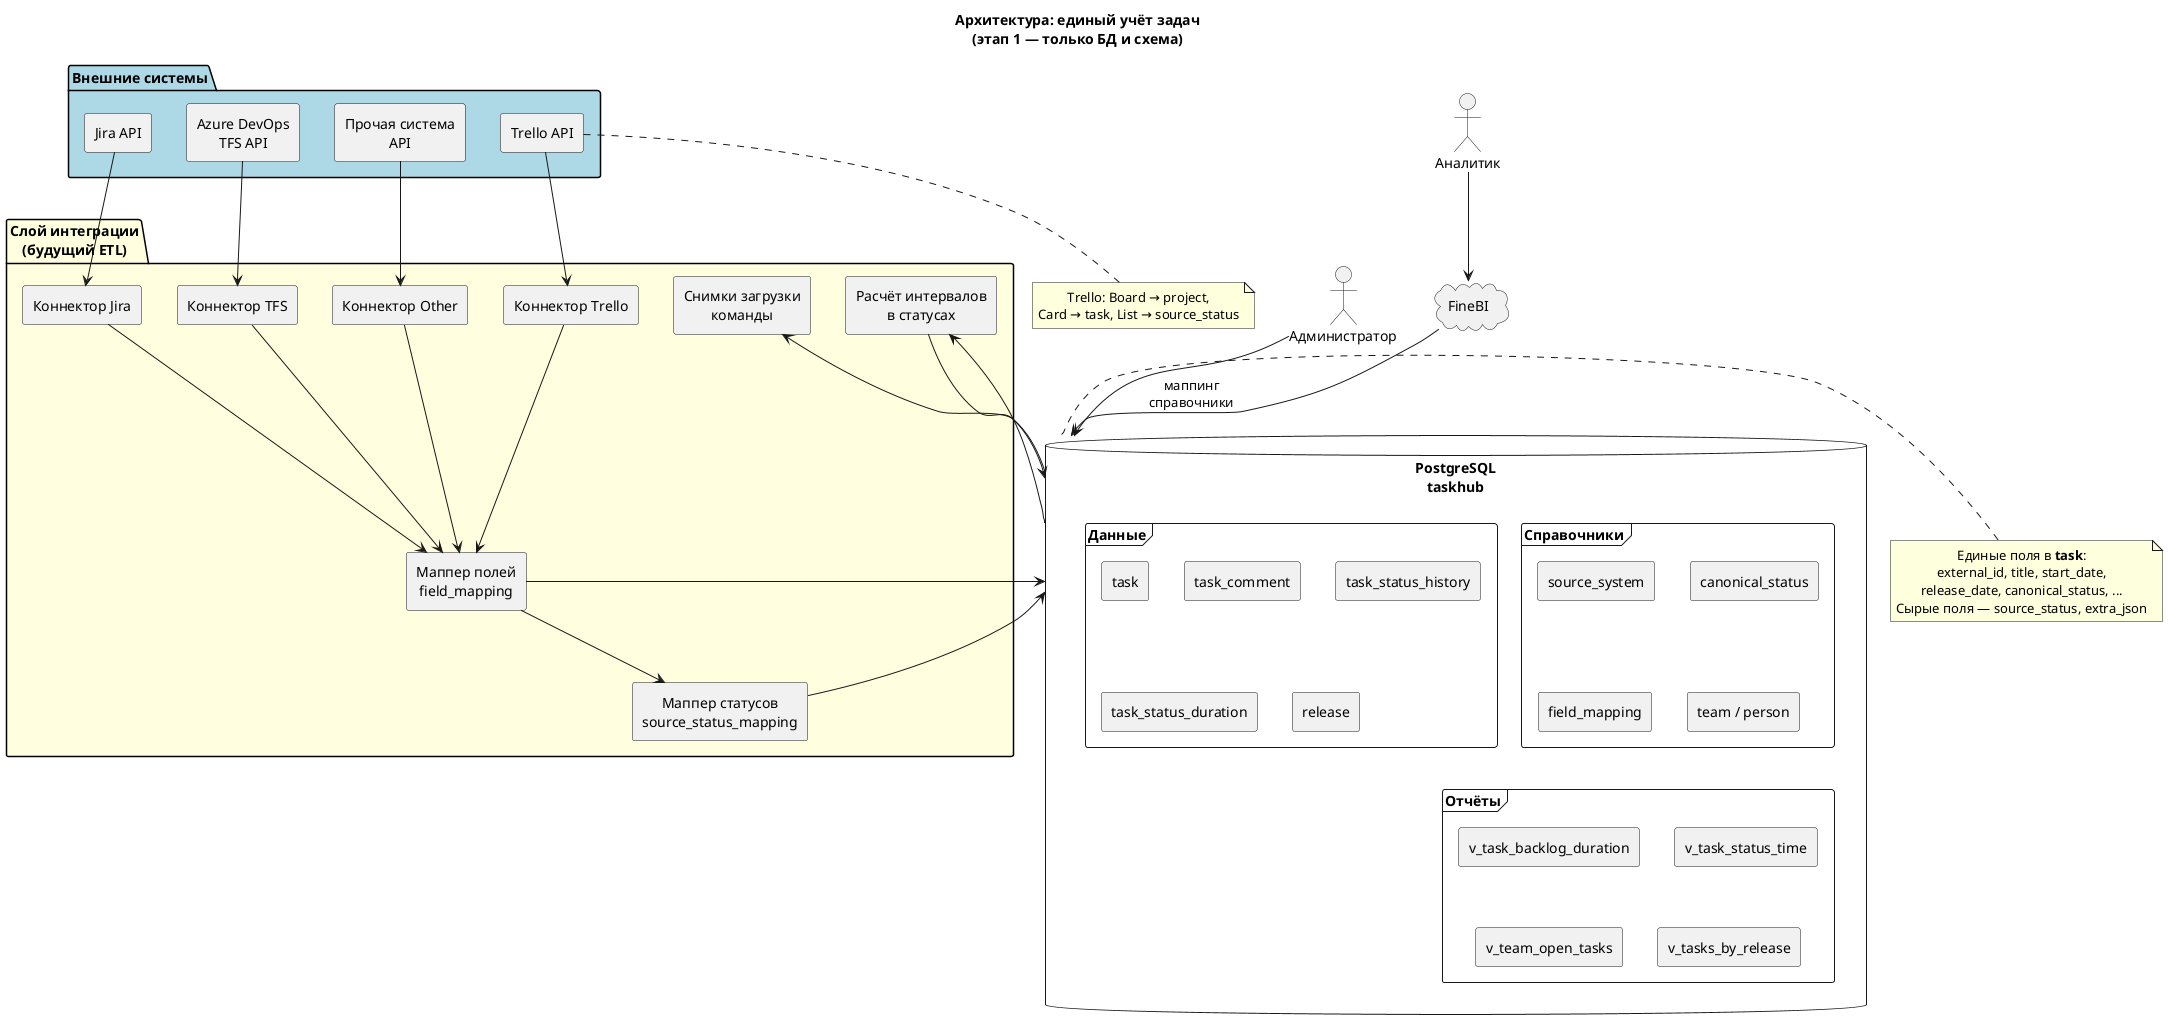
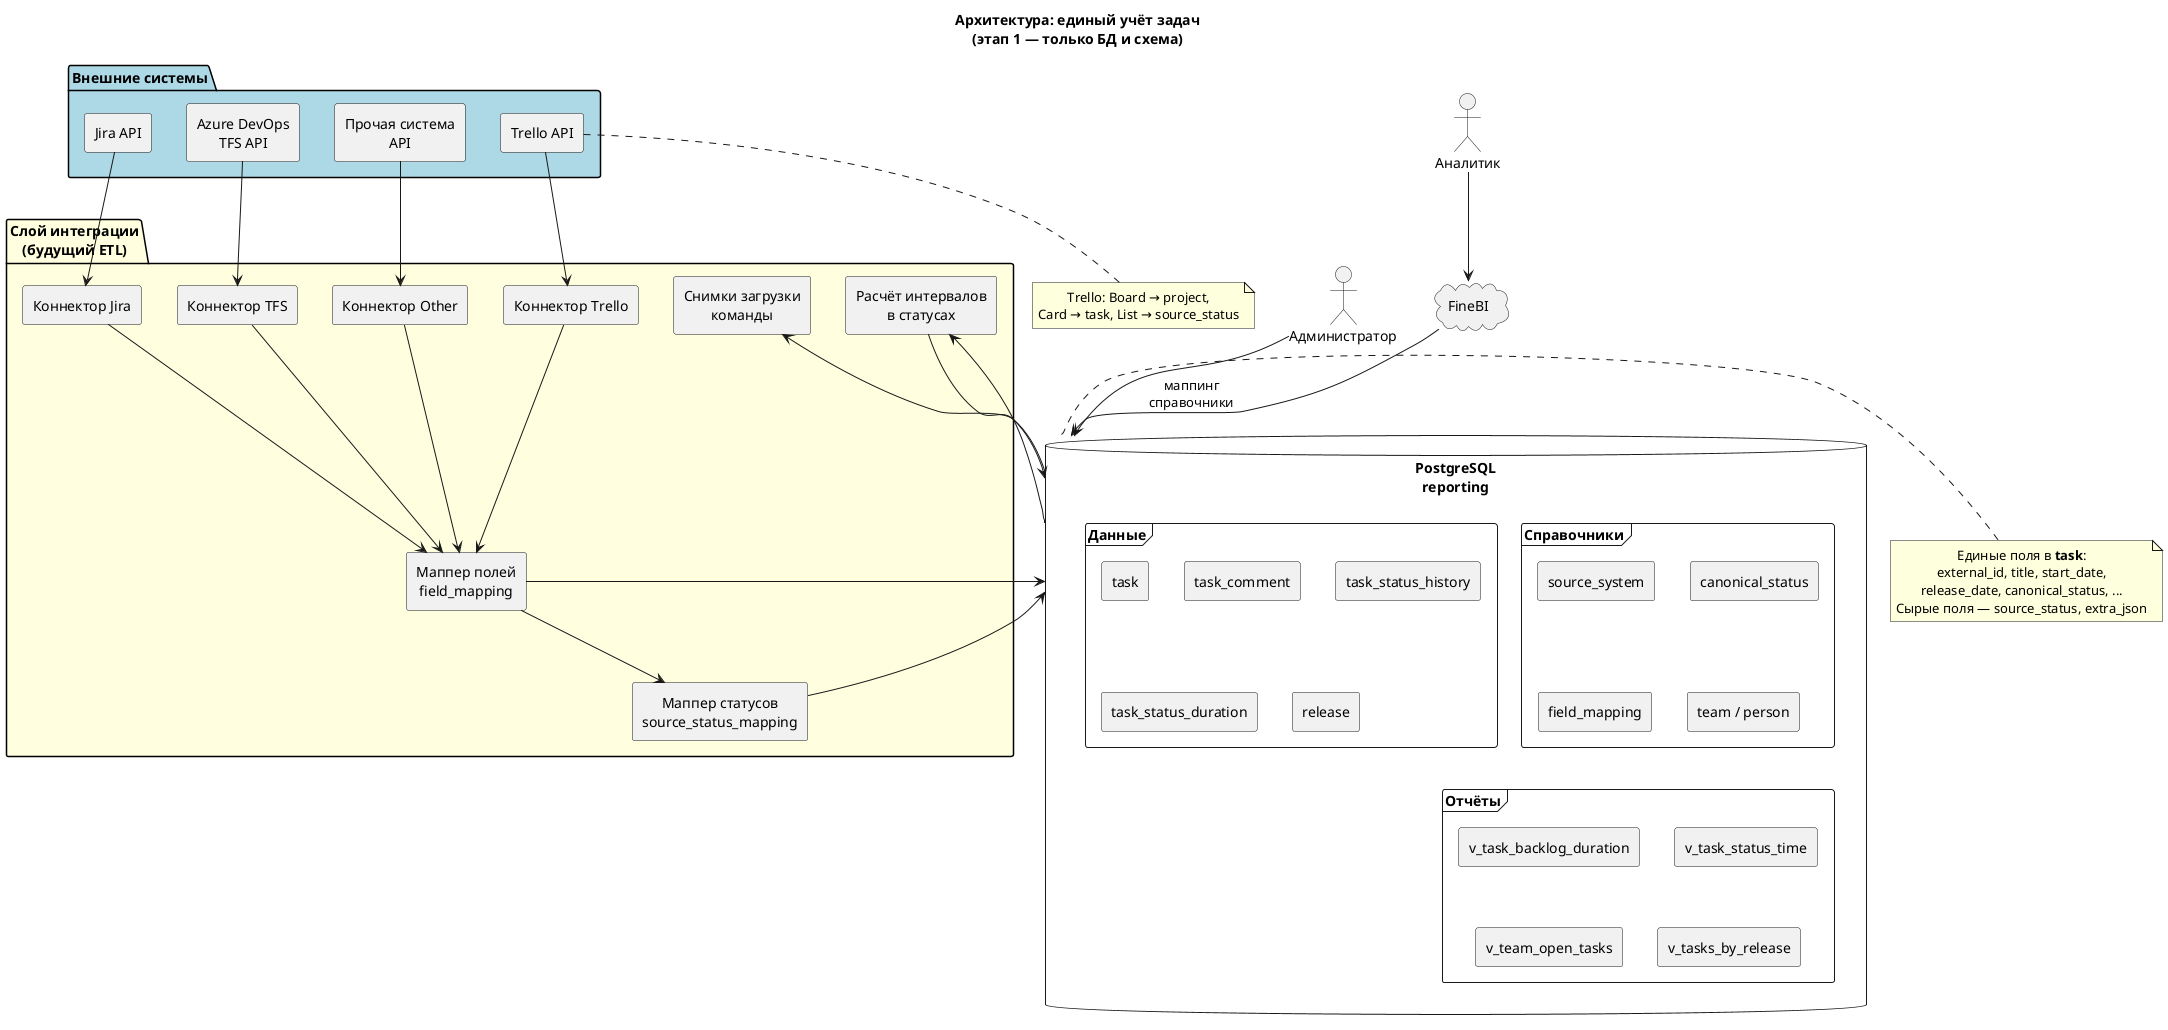
@startuml architecture
title Архитектура: единый учёт задач\n(этап 1 — только БД и схема)

skinparam componentStyle rectangle
skinparam defaultTextAlignment center

actor "Аналитик" as analyst
actor "Администратор" as admin
cloud "FineBI" as finebi

package "Внешние системы" #LightBlue {
  [Jira API] as jira
  [Azure DevOps\nTFS API] as tfs
  [Trello API] as trello
  [Прочая система\nAPI] as other
}

package "Слой интеграции\n(будущий ETL)" #LightYellow {
  [Коннектор Jira] as cj
  [Коннектор TFS] as ct
  [Коннектор Trello] as ctr
  [Коннектор Other] as co
  [Маппер полей\nfield_mapping] as mapper
  [Маппер статусов\nsource_status_mapping] as statusmap
  [Расчёт интервалов\nв статусах] as duration
  [Снимки загрузки\nкоманды] as snapshot
}

- database "PostgreSQL\ntaskhub" as pg {
+ database "PostgreSQL\nreporting" as pg {
  frame "Справочники" {
    [source_system]
    [canonical_status]
    [field_mapping]
    [team / person]
  }
  frame "Данные" {
    [task]
    [task_comment]
    [task_status_history]
    [task_status_duration]
    [release]
  }
  frame "Отчёты" {
    [v_task_backlog_duration]
    [v_task_status_time]
    [v_team_open_tasks]
    [v_tasks_by_release]
  }
}

jira --> cj
tfs --> ct
trello --> ctr
other --> co

cj --> mapper
ct --> mapper
ctr --> mapper
co --> mapper

mapper --> statusmap
statusmap --> pg
mapper --> pg

pg --> duration
duration --> pg
pg --> snapshot

analyst --> finebi
finebi --> pg
admin --> pg : маппинг\nсправочники

note right of pg
  Единые поля в **task**:
  external_id, title, start_date,
  release_date, canonical_status, ...
  Сырые поля — source_status, extra_json
end note

note bottom of trello
  Trello: Board → project,
  Card → task, List → source_status
end note

@enduml
